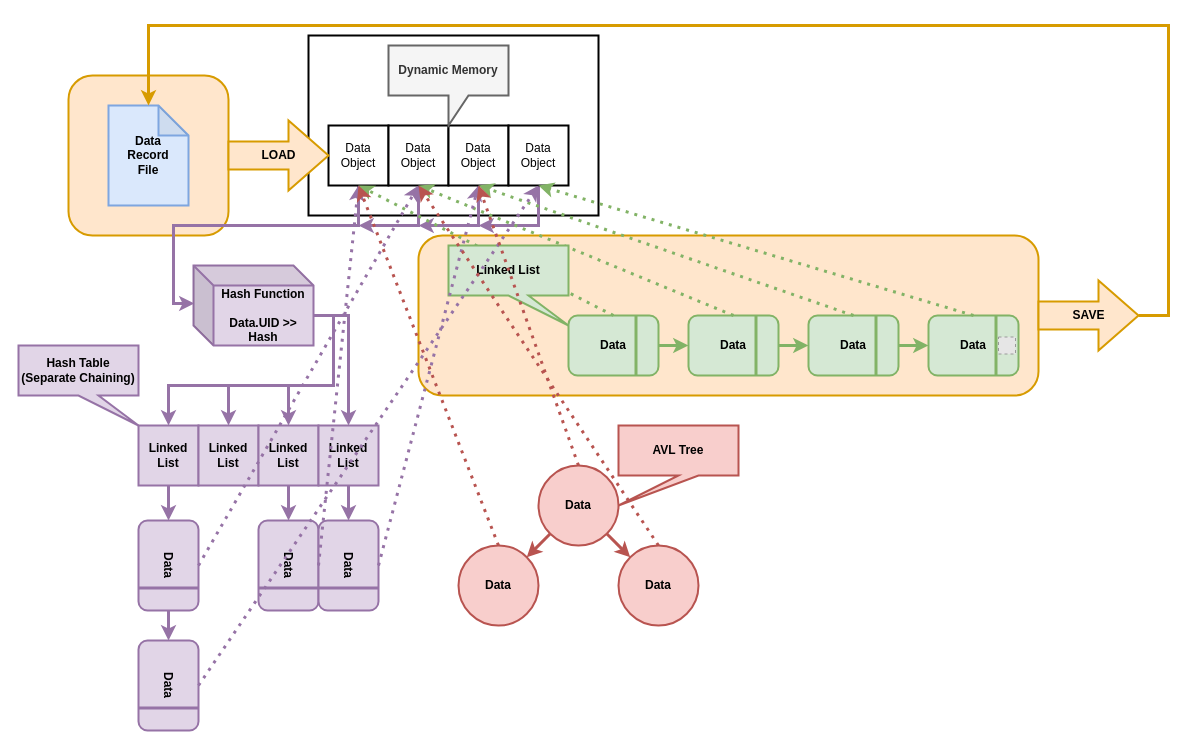
This is Documentation/Design Documents/DataDiagram.drawio from oliviercm/Convenience-Store-Inventory-Management-System, a draw.io file, before an edit. Source tidied: cells renumbered, new cells numbered last; positions are measured from the earlier drawing's top-left corner, leaving out a move shared by most shapes. Both pictures are drawn from the tidied source at 100%, with x=0, y=0 at pixel (18, 25). Pictures stored in the file or linked from it are replaced by grey dashed boxes.
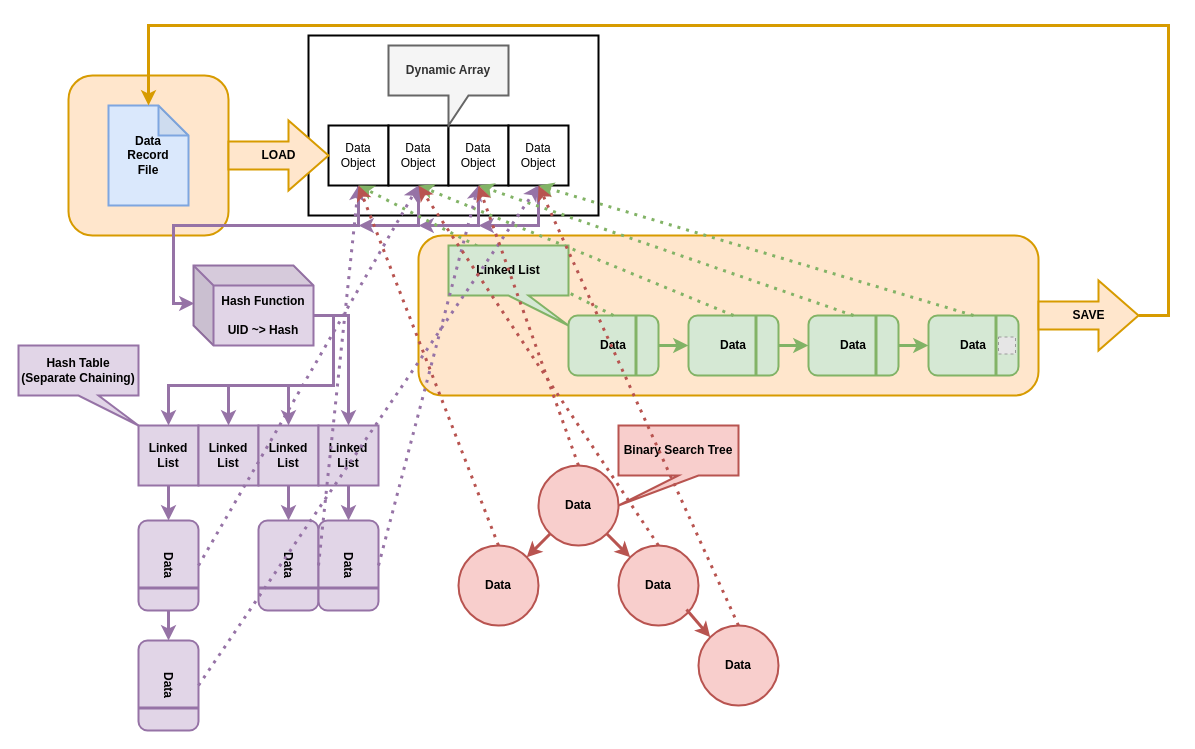
The same page after the edit.

Unchanged cells that the change refers to:
```xml
<mxCell id="13" value="&lt;span&gt;Data&lt;/span&gt;&lt;br&gt;&lt;span&gt;Object&lt;/span&gt;" style="rounded=0;whiteSpace=wrap;html=1;strokeColor=#000000;strokeWidth=2;" parent="1" vertex="1">
  <mxGeometry x="490" y="100" width="60" height="60" as="geometry" />
</mxCell>
```

Diff of the diagram source:
```diff
@@
-    <mxCell id="15" value="&lt;b&gt;Dynamic Memory&lt;/b&gt;" style="shape=callout;whiteSpace=wrap;html=1;perimeter=calloutPerimeter;strokeColor=#666666;strokeWidth=2;fillColor=#f5f5f5;fontColor=#333333;" parent="1" vertex="1">
+    <mxCell id="15" value="&lt;b&gt;Dynamic Array&lt;/b&gt;" style="shape=callout;whiteSpace=wrap;html=1;perimeter=calloutPerimeter;strokeColor=#666666;strokeWidth=2;fillColor=#f5f5f5;fontColor=#333333;" parent="1" vertex="1">
       <mxGeometry x="370" y="20" width="120" height="80" as="geometry" />
     </mxCell>
@@
-    <mxCell id="50" value="&lt;b&gt;Hash Function&lt;br&gt;&lt;br&gt;Data.UID &amp;gt;&amp;gt; Hash&lt;br&gt;&lt;/b&gt;" style="shape=cube;whiteSpace=wrap;html=1;boundedLbl=1;backgroundOutline=1;darkOpacity=0.05;darkOpacity2=0.1;strokeColor=#9673a6;strokeWidth=2;fillColor=#e1d5e7;" parent="1" vertex="1">
+    <mxCell id="50" value="&lt;b&gt;Hash Function&lt;br&gt;&lt;br&gt;UID ~&amp;gt; Hash&lt;br&gt;&lt;/b&gt;" style="shape=cube;whiteSpace=wrap;html=1;boundedLbl=1;backgroundOutline=1;darkOpacity=0.05;darkOpacity2=0.1;strokeColor=#9673a6;strokeWidth=2;fillColor=#e1d5e7;" parent="1" vertex="1">
       <mxGeometry x="175" y="240" width="120" height="80" as="geometry" />
     </mxCell>
@@
-    <mxCell id="66" value="&lt;b&gt;AVL Tree&lt;/b&gt;" style="shape=callout;whiteSpace=wrap;html=1;perimeter=calloutPerimeter;strokeColor=#b85450;strokeWidth=2;fillColor=#f8cecc;position2=0;" parent="1" vertex="1">
+    <mxCell id="66" value="&lt;b&gt;Binary Search Tree&lt;/b&gt;" style="shape=callout;whiteSpace=wrap;html=1;perimeter=calloutPerimeter;strokeColor=#b85450;strokeWidth=2;fillColor=#f8cecc;position2=0;" parent="1" vertex="1">
       <mxGeometry x="600" y="400" width="120" height="80" as="geometry" />
     </mxCell>
@@
+    <mxCell id="70" value="&lt;b&gt;Data&lt;/b&gt;" style="ellipse;whiteSpace=wrap;html=1;strokeColor=#b85450;strokeWidth=2;fillColor=#f8cecc;" parent="1" vertex="1">
+      <mxGeometry x="680" y="600" width="80" height="80" as="geometry" />
+    </mxCell>
+    <mxCell id="71" style="endArrow=classic;html=1;strokeColor=#b85450;strokeWidth=3;fontColor=#97D077;exitX=1;exitY=1;exitDx=0;exitDy=0;entryX=0;entryY=0;entryDx=0;entryDy=0;fillColor=#f8cecc;" parent="1" edge="1" target="70">
+      <mxGeometry relative="1" as="geometry">
+        <mxPoint x="668" y="584" as="sourcePoint" />
+      </mxGeometry>
+    </mxCell>
+    <mxCell id="72" style="endArrow=classic;html=1;strokeColor=#b85450;strokeWidth=3;fontColor=#97D077;fillColor=#f8cecc;entryX=0.5;entryY=1;entryDx=0;entryDy=0;dashed=1;dashPattern=1 2;exitX=0.5;exitY=0;exitDx=0;exitDy=0;" parent="1" edge="1" source="70" target="13">
+      <mxGeometry relative="1" as="geometry" />
+    </mxCell>
```
